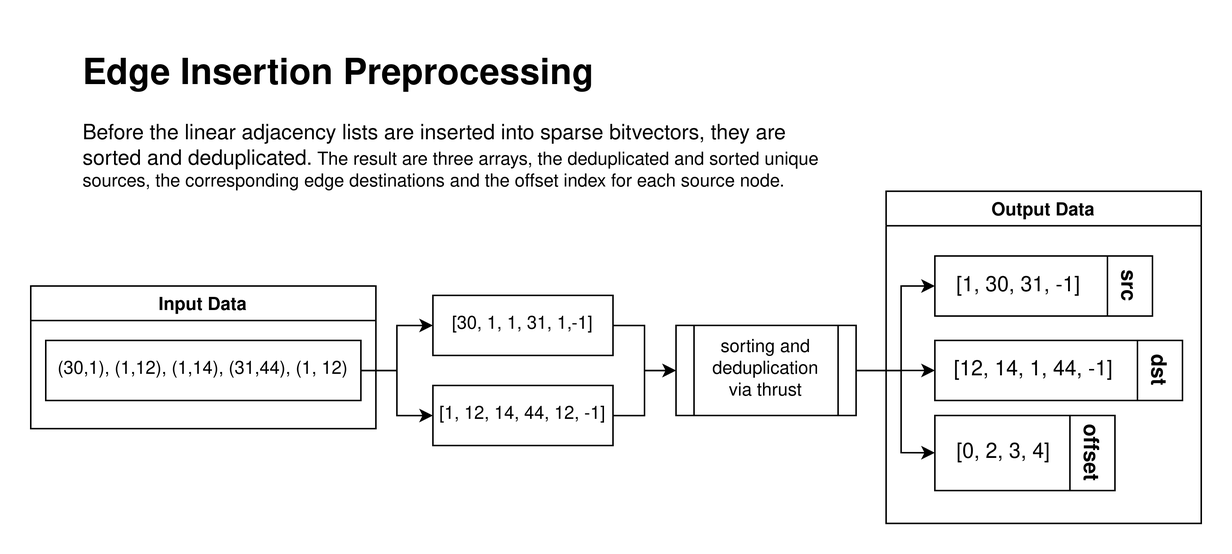
Before: img/edge-insertion.png, a diagram exported from draw.io (lukasboettcher/msc-paper). Source tidied: cells renumbered, new cells last; positions are measured from the earlier drawing's top-left corner, leaving out a move shared by most shapes.
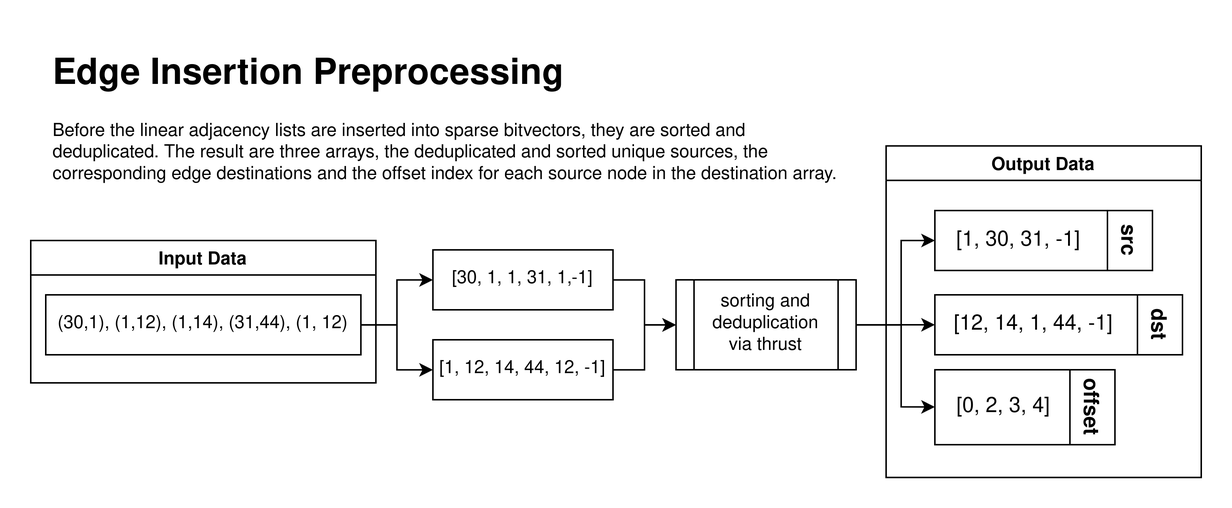
The same diagram one commit later.

Commit message:
update edge insert diagram text size

Diff of the diagram source:
```diff
@@ -42,8 +42,8 @@
     <mxCell id="11" value="&lt;div&gt;sorting and&lt;br&gt;&lt;/div&gt;&lt;div&gt;deduplication&lt;/div&gt;&lt;div&gt;via thrust&lt;/div&gt;" style="shape=process;whiteSpace=wrap;html=1;backgroundOutline=1;" parent="1" vertex="1">
       <mxGeometry x="430" y="186.2" width="120" height="60" as="geometry" />
     </mxCell>
-    <mxCell id="12" value="&lt;h1&gt;Edge Insertion Preprocessing&lt;br&gt;&lt;/h1&gt;&lt;p&gt;&lt;font style=&quot;font-size: 14px;&quot;&gt;Before the linear adjacency lists are inserted into sparse bitvectors, they are sorted and deduplicated.&lt;/font&gt; The result are three arrays, the deduplicated and sorted unique sources, the corresponding edge destinations and the offset index for each source node.&lt;br&gt;&lt;/p&gt;" style="text;html=1;strokeColor=none;fillColor=none;spacing=5;spacingTop=-20;whiteSpace=wrap;overflow=hidden;rounded=0;" parent="1" vertex="1">
-      <mxGeometry x="30" width="510" height="130" as="geometry" />
+    <mxCell id="12" value="&lt;h1&gt;Edge Insertion Preprocessing&lt;br&gt;&lt;/h1&gt;&lt;p&gt;&lt;font style=&quot;font-size: 12px;&quot;&gt;Before the linear adjacency lists are inserted into sparse bitvectors, they are sorted and deduplicated.&lt;/font&gt;&lt;font style=&quot;font-size: 12px;&quot;&gt; The result are three arrays, the deduplicated and sorted unique sources, the corresponding edge destinations and the offset index for each source node in the destination array.&lt;/font&gt;&lt;br&gt;&lt;/p&gt;" style="text;html=1;strokeColor=none;fillColor=none;spacing=5;spacingTop=-20;whiteSpace=wrap;overflow=hidden;rounded=0;" parent="1" vertex="1">
+      <mxGeometry x="10" y="30" width="540" height="110" as="geometry" />
     </mxCell>
     <mxCell id="13" value="Input Data" style="swimlane;" parent="1" vertex="1">
       <mxGeometry y="160" width="230" height="95" as="geometry" />
```
